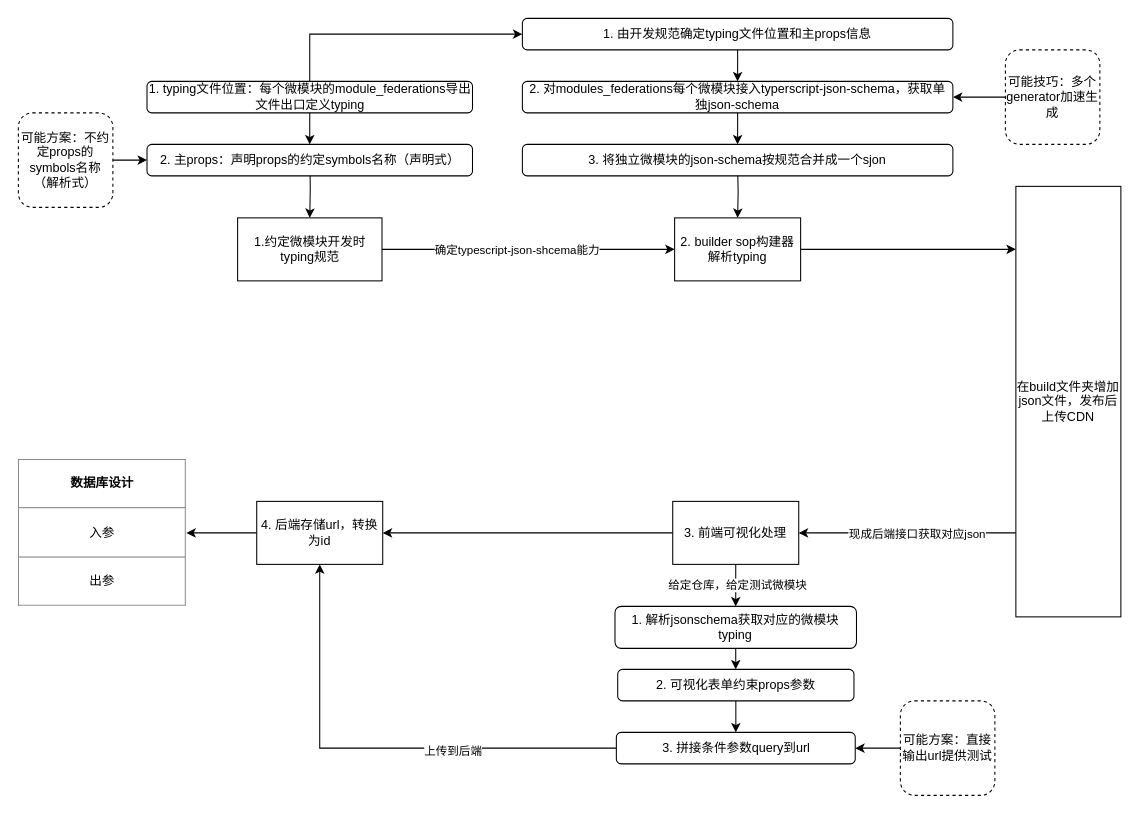
The draw.io diagram micro-mod/Untitled Diagram.drawio in Ekko306/diagrams.net, before the edit. Source tidied: cells renumbered, new cells numbered last; positions are measured from the earlier drawing's top-left corner, leaving out a move shared by most shapes. Both pictures are drawn from the tidied source at 105%, with x=0, y=0 at pixel (18, 18).
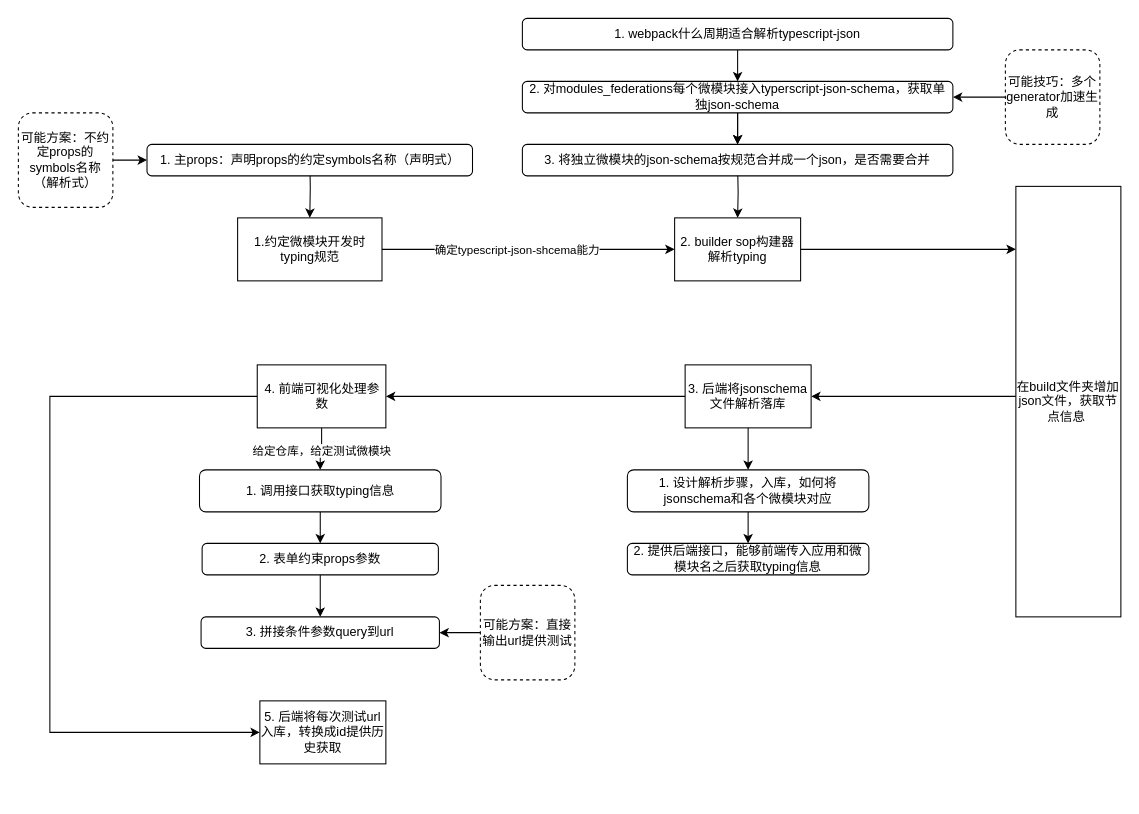
Above is the later version.

Unchanged cells that the change refers to:
```xml
<mxCell id="35" value="2. 对modules_federations每个微模块接入typerscript-json-schema，获取单独json-schema" style="rounded=1;whiteSpace=wrap;html=1;" parent="1" vertex="1">
  <mxGeometry x="480" y="60" width="410" height="30" as="geometry" />
</mxCell>
```

Diff of the diagram source:
```diff
@@
-    <mxCell id="9" style="edgeStyle=orthogonalEdgeStyle;rounded=0;jettySize=auto;html=1;" parent="1" edge="1" source="11" target="15">
-      <mxGeometry relative="1" as="geometry">
-        <Array as="points">
-          <mxPoint x="910" y="490" />
-          <mxPoint x="910" y="490" />
-        </Array>
-      </mxGeometry>
-    </mxCell>
-    <mxCell id="10" value="现成后端接口获取对应json" style="edgeLabel;html=1;align=center;verticalAlign=middle;" parent="9" vertex="1">
-      <mxGeometry x="-0.08" relative="1" as="geometry" />
-    </mxCell>
+    <mxCell id="41" style="edgeStyle=orthogonalEdgeStyle;rounded=0;jettySize=auto;html=1;entryX=1;entryY=0.5;entryDx=0;entryDy=0;" parent="1" edge="1" source="11" target="46">
+      <mxGeometry relative="1" as="geometry">
+        <Array as="points">
+          <mxPoint x="830" y="360" />
+          <mxPoint x="830" y="360" />
+        </Array>
+      </mxGeometry>
+    </mxCell>
-    <mxCell id="11" value="在build文件夹增加json文件，发布后上传CDN" style="whiteSpace=wrap;html=1;" parent="1" vertex="1">
+    <mxCell id="11" value="在build文件夹增加json文件，获取节点信息&amp;nbsp;" style="whiteSpace=wrap;html=1;" parent="1" vertex="1">
       <mxGeometry x="950" y="160" width="100" height="410" as="geometry" />
     </mxCell>
@@
-    <mxCell id="14" style="edgeStyle=orthogonalEdgeStyle;rounded=0;jettySize=auto;html=1;" parent="1" edge="1" source="15" target="24">
-      <mxGeometry relative="1" as="geometry" />
-    </mxCell>
+    <mxCell id="42" style="edgeStyle=orthogonalEdgeStyle;rounded=0;jettySize=auto;html=1;entryX=0;entryY=0.5;entryDx=0;entryDy=0;" parent="1" edge="1" source="15" target="50">
+      <mxGeometry relative="1" as="geometry">
+        <Array as="points">
+          <mxPoint x="30" y="360" />
+          <mxPoint x="30" y="680" />
+        </Array>
+      </mxGeometry>
+    </mxCell>
-    <mxCell id="15" value="3. 前端可视化处理" style="rounded=0;whiteSpace=wrap;html=1;" parent="1" vertex="1">
-      <mxGeometry x="623.2" y="460" width="120" height="60" as="geometry" />
+    <mxCell id="15" value="4. 前端可视化处理参数" style="rounded=0;whiteSpace=wrap;html=1;" parent="1" vertex="1">
+      <mxGeometry x="227.5" y="330" width="122.5" height="60" as="geometry" />
     </mxCell>
@@
-    <mxCell id="17" value="1. 解析jsonschema获取对应的微模块typing" style="rounded=1;whiteSpace=wrap;html=1;" parent="1" vertex="1">
-      <mxGeometry x="568.2" y="560" width="230" height="40" as="geometry" />
+    <mxCell id="17" value="1. 调用接口获取typing信息" style="rounded=1;whiteSpace=wrap;html=1;" parent="1" vertex="1">
+      <mxGeometry x="172.5" y="430" width="230" height="40" as="geometry" />
     </mxCell>
@@
-    <mxCell id="19" value="2. 可视化表单约束props参数" style="rounded=1;whiteSpace=wrap;html=1;" parent="1" vertex="1">
-      <mxGeometry x="570.8" y="620" width="225" height="30" as="geometry" />
+    <mxCell id="19" value="2. 表单约束props参数" style="rounded=1;whiteSpace=wrap;html=1;" parent="1" vertex="1">
+      <mxGeometry x="175" y="500" width="225" height="30" as="geometry" />
     </mxCell>
-    <mxCell id="20" style="edgeStyle=orthogonalEdgeStyle;rounded=0;jettySize=auto;html=1;" parent="1" edge="1" source="22" target="24">
-      <mxGeometry relative="1" as="geometry" />
-    </mxCell>
-    <mxCell id="21" value="上传到后端" style="edgeLabel;html=1;align=center;verticalAlign=middle;" parent="20" vertex="1">
-      <mxGeometry x="-0.32" y="2" relative="1" as="geometry" />
-    </mxCell>
     <mxCell id="22" value="3. 拼接条件参数query到url" style="rounded=1;whiteSpace=wrap;html=1;" parent="1" vertex="1">
-      <mxGeometry x="569.5" y="680" width="227.5" height="30" as="geometry" />
+      <mxGeometry x="174" y="570" width="227" height="30" as="geometry" />
     </mxCell>
-    <mxCell id="23" style="edgeStyle=orthogonalEdgeStyle;rounded=0;jettySize=auto;html=1;entryX=1;entryY=0.5;entryDx=0;entryDy=0;" parent="1" edge="1" source="24" target="25">
-      <mxGeometry relative="1" as="geometry" />
-    </mxCell>
-    <mxCell id="24" value="4. 后端存储url，转换为id" style="rounded=0;whiteSpace=wrap;html=1;" parent="1" vertex="1">
-      <mxGeometry x="227" y="460" width="120" height="60" as="geometry" />
-    </mxCell>
-    <mxCell id="25" value="&lt;table border=&quot;1&quot; width=&quot;100%&quot; cellpadding=&quot;4&quot; style=&quot;width: 100% ; height: 100% ; border-collapse: collapse&quot;&gt;&lt;tbody&gt;&lt;tr&gt;&lt;th align=&quot;center&quot;&gt;&lt;b&gt;数据库设计&lt;/b&gt;&lt;/th&gt;&lt;/tr&gt;&lt;tr&gt;&lt;td align=&quot;center&quot;&gt;入参&lt;/td&gt;&lt;/tr&gt;&lt;tr&gt;&lt;td align=&quot;center&quot;&gt;出参&lt;/td&gt;&lt;/tr&gt;&lt;/tbody&gt;&lt;/table&gt;" style="text;html=1;strokeColor=none;fillColor=none;overflow=fill;" parent="1" vertex="1">
-      <mxGeometry y="420" width="160" height="140" as="geometry" />
-    </mxCell>
-    <mxCell id="26" style="edgeStyle=orthogonalEdgeStyle;rounded=0;jettySize=auto;html=1;" parent="1" edge="1" source="28" target="29">
-      <mxGeometry relative="1" as="geometry">
-        <Array as="points">
-          <mxPoint x="277" y="110" />
-          <mxPoint x="277" y="110" />
-        </Array>
-      </mxGeometry>
-    </mxCell>
-    <mxCell id="27" style="edgeStyle=orthogonalEdgeStyle;rounded=0;jettySize=auto;html=1;entryX=0;entryY=0.5;entryDx=0;entryDy=0;" parent="1" edge="1" source="28" target="33">
-      <mxGeometry relative="1" as="geometry">
-        <Array as="points">
-          <mxPoint x="277" y="15" />
-        </Array>
-      </mxGeometry>
-    </mxCell>
-    <mxCell id="28" value="&lt;span&gt;1. typing文件位置：每个微模块的module_federations导出文件出口定义typing&lt;/span&gt;" style="rounded=1;whiteSpace=wrap;html=1;" parent="1" vertex="1">
-      <mxGeometry x="122.5" y="60" width="310" height="30" as="geometry" />
-    </mxCell>
-    <mxCell id="29" value="2. 主props：声明props的约定symbols名称（声明式）" style="rounded=1;whiteSpace=wrap;html=1;" parent="1" vertex="1">
+    <mxCell id="29" value="1. 主props：声明props的约定symbols名称（声明式）" style="rounded=1;whiteSpace=wrap;html=1;" parent="1" vertex="1">
       <mxGeometry x="122.5" y="120" width="310" height="30" as="geometry" />
     </mxCell>
@@
-    <mxCell id="33" value="1. 由开发规范确定typing文件位置和主props信息" style="rounded=1;whiteSpace=wrap;html=1;" parent="1" vertex="1">
+    <mxCell id="33" value="1. webpack什么周期适合解析typescript-json" style="rounded=1;whiteSpace=wrap;html=1;" parent="1" vertex="1">
       <mxGeometry x="480" width="410" height="30" as="geometry" />
     </mxCell>
@@
+    <mxCell id="43" style="edgeStyle=orthogonalEdgeStyle;rounded=0;jettySize=auto;html=1;" parent="1" edge="1" source="35" target="36">
+      <mxGeometry relative="1" as="geometry" />
+    </mxCell>
@@
-    <mxCell id="36" value="3. 将独立微模块的json-schema按规范合并成一个sjon" style="rounded=1;whiteSpace=wrap;html=1;" parent="1" vertex="1">
+    <mxCell id="36" value="3. 将独立微模块的json-schema按规范合并成一个json，是否需要合并" style="rounded=1;whiteSpace=wrap;html=1;" parent="1" vertex="1">
       <mxGeometry x="480" y="120" width="410" height="30" as="geometry" />
     </mxCell>
@@
     <mxCell id="38" value="可能方案：直接输出url提供测试" style="rounded=1;whiteSpace=wrap;html=1;dashed=1;" parent="1" vertex="1">
-      <mxGeometry x="840" y="650" width="90" height="90" as="geometry" />
+      <mxGeometry x="440" y="540" width="90" height="90" as="geometry" />
     </mxCell>
@@
+    <mxCell id="44" style="edgeStyle=orthogonalEdgeStyle;rounded=0;jettySize=auto;html=1;entryX=1;entryY=0.5;entryDx=0;entryDy=0;" parent="1" edge="1" source="46" target="15">
+      <mxGeometry relative="1" as="geometry" />
+    </mxCell>
+    <mxCell id="45" style="edgeStyle=orthogonalEdgeStyle;rounded=0;jettySize=auto;html=1;" parent="1" edge="1" source="46" target="48">
+      <mxGeometry relative="1" as="geometry" />
+    </mxCell>
+    <mxCell id="46" value="3. 后端将jsonschema文件解析落库" style="whiteSpace=wrap;html=1;" parent="1" vertex="1">
+      <mxGeometry x="635" y="330" width="120" height="60" as="geometry" />
+    </mxCell>
+    <mxCell id="47" style="edgeStyle=orthogonalEdgeStyle;rounded=0;jettySize=auto;html=1;" parent="1" edge="1" source="48" target="49">
+      <mxGeometry relative="1" as="geometry" />
+    </mxCell>
+    <mxCell id="48" value="1. 设计解析步骤，入库，如何将jsonschema和各个微模块对应" style="rounded=1;whiteSpace=wrap;html=1;" parent="1" vertex="1">
+      <mxGeometry x="580" y="430" width="230" height="40" as="geometry" />
+    </mxCell>
+    <mxCell id="49" value="2. 提供后端接口，能够前端传入应用和微模块名之后获取typing信息" style="rounded=1;whiteSpace=wrap;html=1;" parent="1" vertex="1">
+      <mxGeometry x="580" y="500" width="230" height="30" as="geometry" />
+    </mxCell>
+    <mxCell id="50" value="5. 后端将每次测试url入库，转换成id提供历史获取" style="whiteSpace=wrap;html=1;" parent="1" vertex="1">
+      <mxGeometry x="230" y="650" width="120" height="60" as="geometry" />
+    </mxCell>
```
